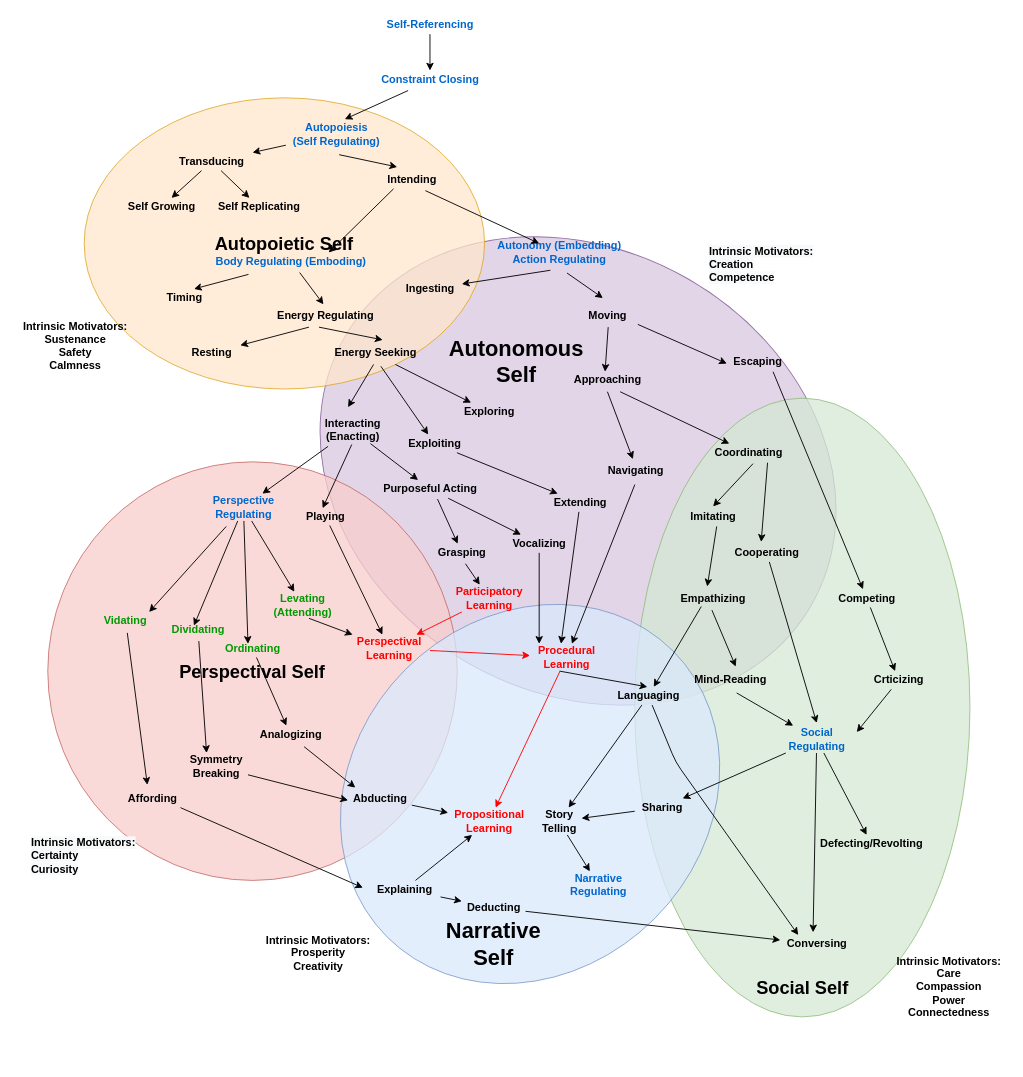
Before: autopoiesis_evolution.drawio in codeaudit/1, a draw.io diagram. Source tidied: cells renumbered, new cells numbered last; positions are measured from the earlier drawing's top-left corner, leaving out a move shared by most shapes. Both pictures are drawn from the tidied source at 91%, with x=0, y=0 at pixel (15, 15).
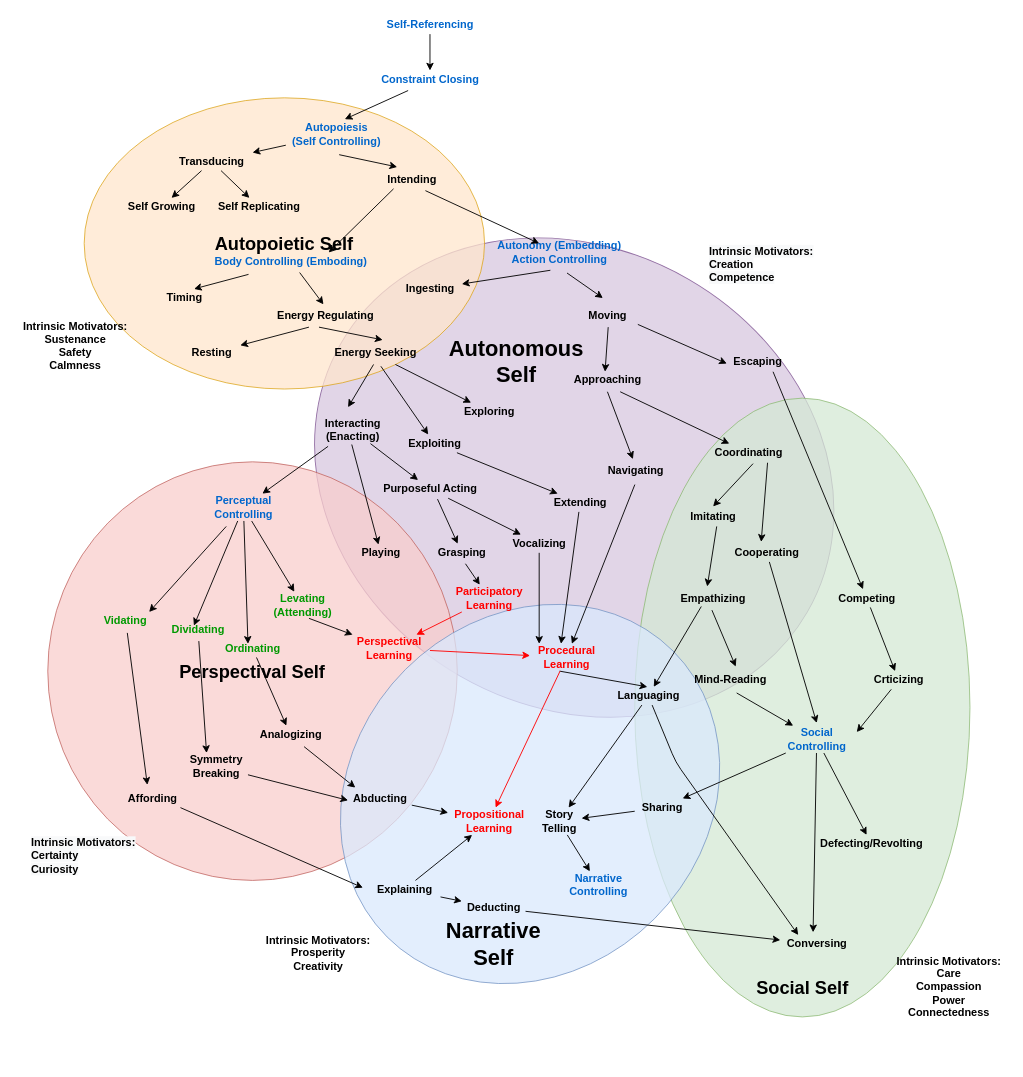
After the change.

Unchanged cells that the change refers to:
```xml
<mxCell id="123" value="Perspectival&lt;br&gt;Learning" style="text;html=1;align=center;verticalAlign=middle;points=[];fontStyle=1;fontColor=#FF0000;" parent="1" vertex="1">
  <mxGeometry x="365" y="680" width="90" height="30" as="geometry" />
</mxCell>
```

Change to the diagram source:
```diff
@@
     <mxCell id="2" style="ellipse;whiteSpace=wrap;html=1;rotation=30;fillColor=#e1d5e7;strokeColor=#9673a6;" parent="1" vertex="1">
-      <mxGeometry x="322" y="256.8" width="591.4" height="486.4" as="geometry" />
+      <mxGeometry x="317.8" y="255.7" width="591.4" height="503.2" as="geometry" />
     </mxCell>
@@
-    <mxCell id="8" value="Autopoiesis&lt;br&gt;(Self Regulating)" style="text;html=1;align=center;verticalAlign=middle;points=[];fontStyle=1;fontColor=#0066CC;" parent="1" vertex="1">
+    <mxCell id="8" value="Autopoiesis&lt;br&gt;(Self Controlling)" style="text;html=1;align=center;verticalAlign=middle;points=[];fontStyle=1;fontColor=#0066CC;" parent="1" vertex="1">
       <mxGeometry x="296.6" y="115" width="110" height="30" as="geometry" />
     </mxCell>
@@
-    <mxCell id="12" value="Body Regulating (Emboding)" style="text;html=1;align=center;verticalAlign=middle;points=[];fontStyle=1;fontColor=#0066CC;" parent="1" vertex="1">
+    <mxCell id="12" value="Body Controlling (Emboding)" style="text;html=1;align=center;verticalAlign=middle;points=[];fontStyle=1;fontColor=#0066CC;" parent="1" vertex="1">
       <mxGeometry x="211.7" y="260" width="180" height="20" as="geometry" />
     </mxCell>
-    <mxCell id="13" value="Autonomy (Embedding)&lt;br&gt;Action Regulating" style="text;html=1;align=center;verticalAlign=middle;points=[];fontStyle=1;fontColor=#0066CC;" parent="1" vertex="1">
+    <mxCell id="13" value="Autonomy (Embedding)&lt;br&gt;Action Controlling" style="text;html=1;align=center;verticalAlign=middle;points=[];fontStyle=1;fontColor=#0066CC;" parent="1" vertex="1">
       <mxGeometry x="521.6" y="245" width="150" height="30" as="geometry" />
     </mxCell>
@@
-    <mxCell id="25" value="Perspective&lt;br&gt;Regulating" style="text;html=1;align=center;verticalAlign=middle;points=[];fontStyle=1;fontColor=#0066CC;" parent="1" vertex="1">
+    <mxCell id="25" value="Perceptual&lt;br&gt;Controlling" style="text;html=1;align=center;verticalAlign=middle;points=[];fontStyle=1;fontColor=#0066CC;" parent="1" vertex="1">
       <mxGeometry x="210" y="525" width="80" height="30" as="geometry" />
     </mxCell>
@@
     <mxCell id="33" value="Playing" style="text;html=1;align=center;verticalAlign=middle;points=[];fontStyle=1;" parent="1" vertex="1">
-      <mxGeometry x="310" y="540" width="60" height="20" as="geometry" />
+      <mxGeometry x="371.4" y="580" width="60" height="20" as="geometry" />
     </mxCell>
@@
-    <mxCell id="37" value="Social&lt;br&gt;Regulating" style="text;html=1;align=center;verticalAlign=middle;points=[];fontStyle=1;fontColor=#0066CC;" parent="1" vertex="1">
+    <mxCell id="37" value="Social&lt;br&gt;Controlling" style="text;html=1;align=center;verticalAlign=middle;points=[];fontStyle=1;fontColor=#0066CC;" parent="1" vertex="1">
       <mxGeometry x="840" y="780" width="80" height="30" as="geometry" />
     </mxCell>
@@
-    <mxCell id="99" value="Narrative&lt;br&gt;Regulating" style="text;html=1;align=center;verticalAlign=middle;points=[];fontStyle=1;fontColor=#0066CC;" parent="1" vertex="1">
+    <mxCell id="99" value="Narrative&lt;br&gt;Controlling" style="text;html=1;align=center;verticalAlign=middle;points=[];fontStyle=1;fontColor=#0066CC;" parent="1" vertex="1">
       <mxGeometry x="600" y="940" width="80" height="30" as="geometry" />
     </mxCell>
@@
-    <mxCell id="124" style="endArrow=classic;html=1;" parent="1" edge="1" source="33" target="123">
-      <mxGeometry relative="1" as="geometry" />
-    </mxCell>
```
